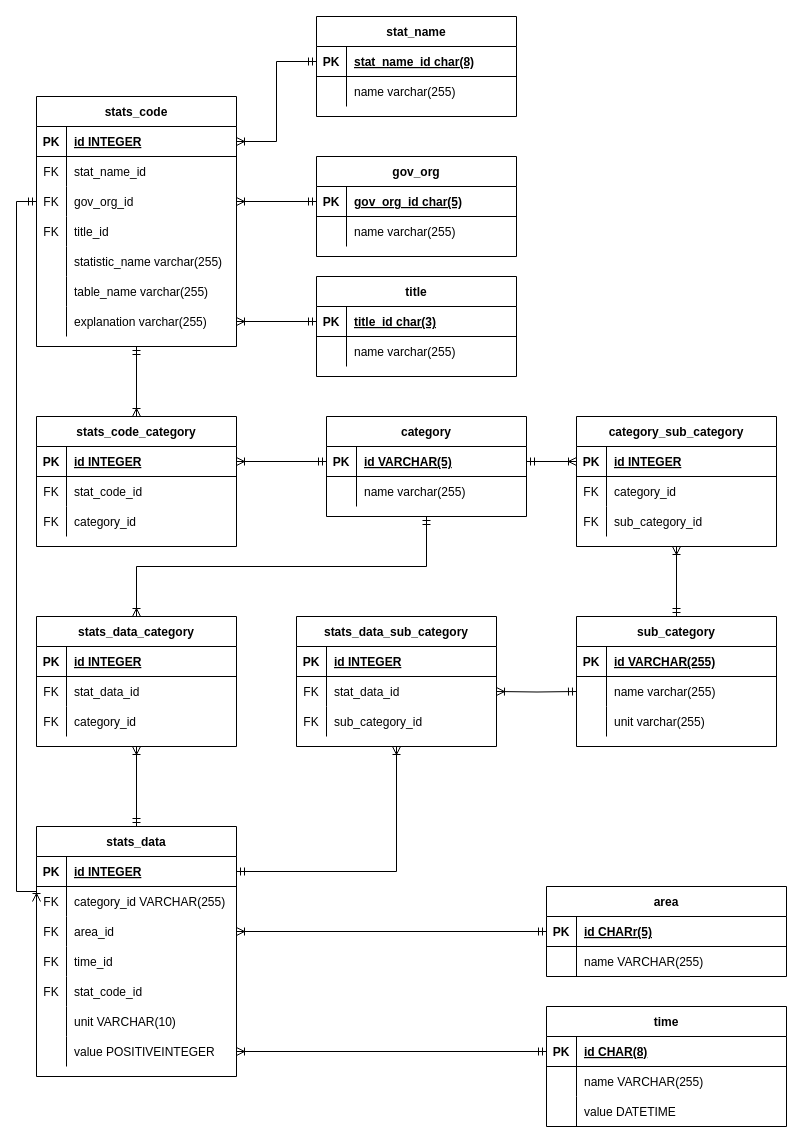
The draw.io diagram backend/db_er.drawio in cale-i/random-stat, before the edit. Source tidied: cells renumbered, new cells numbered last; positions are measured from the earlier drawing's top-left corner, leaving out a move shared by most shapes. Both pictures are drawn from the tidied source at 100%, with x=0, y=0 at pixel (16, 16).
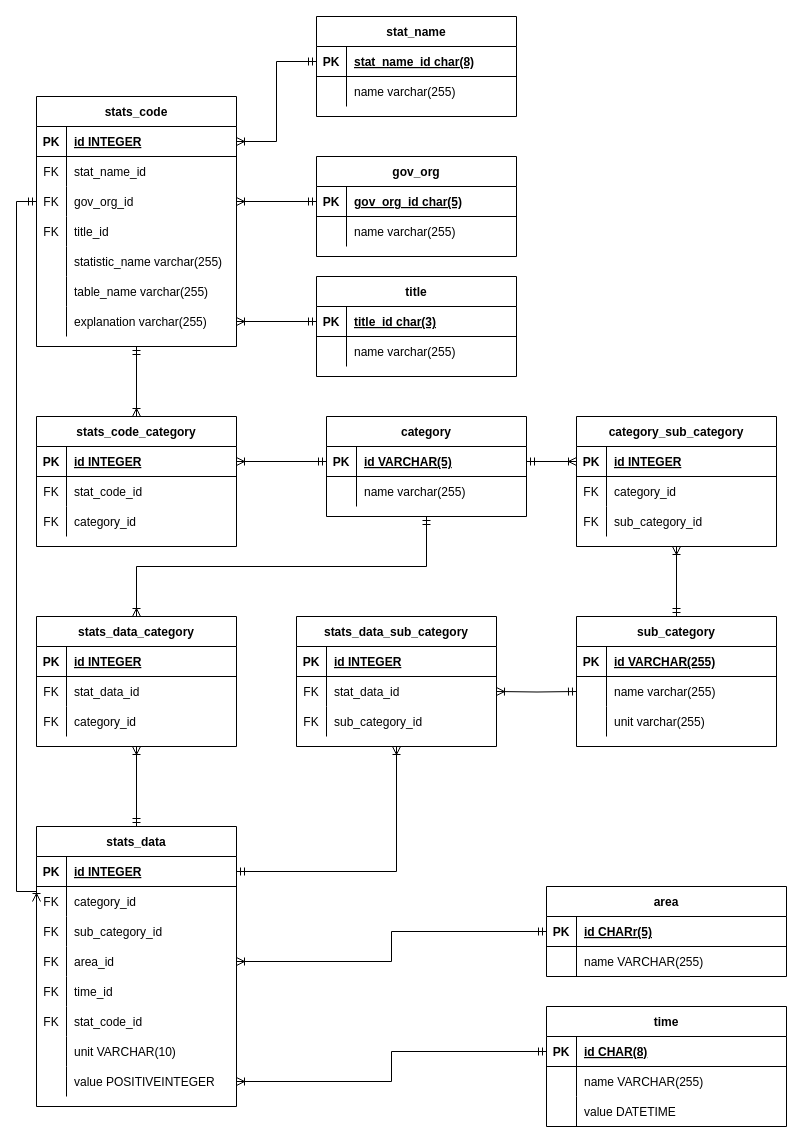
The same page after the edit.

Commit message:
fix stats_sata table

Unchanged cells that the change refers to:
```xml
<mxCell id="49" style="shape=partialRectangle;fillColor=none;top=0;left=0;bottom=0;right=0;points=[[0,0.5],[1,0.5]];portConstraint=eastwest;" parent="45" vertex="1">
  <mxGeometry y="60" width="200" height="30" as="geometry" />
</mxCell>
```

What changed in the source:
```diff
@@
     <mxCell id="45" value="stats_data" style="shape=table;startSize=30;childLayout=tableLayout;rowLines=0;fontStyle=1;align=center;" parent="1" vertex="1">
-      <mxGeometry x="20" y="810" width="200" height="250" as="geometry" />
+      <mxGeometry x="20" y="810" width="200" height="280" as="geometry" />
     </mxCell>
@@
-    <mxCell id="51" value="category_id VARCHAR(255)" style="shape=partialRectangle;fillColor=none;top=0;left=0;bottom=0;right=0;align=left;spacingLeft=6;overflow=hidden;" parent="49" vertex="1">
+    <mxCell id="51" value="category_id" style="shape=partialRectangle;fillColor=none;top=0;left=0;bottom=0;right=0;align=left;spacingLeft=6;overflow=hidden;" parent="49" vertex="1">
       <mxGeometry x="30" width="170" height="30" as="geometry" />
     </mxCell>
+    <mxCell id="155" style="shape=partialRectangle;fillColor=none;top=0;left=0;bottom=0;right=0;" parent="45" vertex="1">
+      <mxGeometry y="90" width="200" height="30" as="geometry" />
+    </mxCell>
+    <mxCell id="156" value="FK" style="shape=partialRectangle;fillColor=none;top=0;left=0;bottom=0;right=0;overflow=hidden;" parent="155" vertex="1">
+      <mxGeometry width="30" height="30" as="geometry" />
+    </mxCell>
+    <mxCell id="157" value="sub_category_id" style="shape=partialRectangle;fillColor=none;top=0;left=0;bottom=0;right=0;align=left;spacingLeft=6;overflow=hidden;" parent="155" vertex="1">
+      <mxGeometry x="30" width="170" height="30" as="geometry" />
+    </mxCell>
     <mxCell id="52" style="shape=partialRectangle;fillColor=none;top=0;left=0;bottom=0;right=0;points=[[0,0.5],[1,0.5]];portConstraint=eastwest;" parent="45" vertex="1">
-      <mxGeometry y="90" width="200" height="30" as="geometry" />
+      <mxGeometry y="120" width="200" height="30" as="geometry" />
     </mxCell>
@@
     <mxCell id="55" style="shape=partialRectangle;fillColor=none;top=0;left=0;bottom=0;right=0;" parent="45" vertex="1">
-      <mxGeometry y="120" width="200" height="30" as="geometry" />
+      <mxGeometry y="150" width="200" height="30" as="geometry" />
     </mxCell>
@@
     <mxCell id="58" style="shape=partialRectangle;fillColor=none;top=0;left=0;bottom=0;right=0;" parent="45" vertex="1">
-      <mxGeometry y="150" width="200" height="30" as="geometry" />
+      <mxGeometry y="180" width="200" height="30" as="geometry" />
     </mxCell>
@@
     <mxCell id="61" style="shape=partialRectangle;fillColor=none;top=0;left=0;bottom=0;right=0;" parent="45" vertex="1">
-      <mxGeometry y="180" width="200" height="30" as="geometry" />
+      <mxGeometry y="210" width="200" height="30" as="geometry" />
     </mxCell>
@@
     <mxCell id="64" style="shape=partialRectangle;fillColor=none;top=0;left=0;bottom=0;right=0;points=[[0,0.5],[1,0.5]];portConstraint=eastwest;" parent="45" vertex="1">
-      <mxGeometry y="210" width="200" height="30" as="geometry" />
+      <mxGeometry y="240" width="200" height="30" as="geometry" />
     </mxCell>
```
